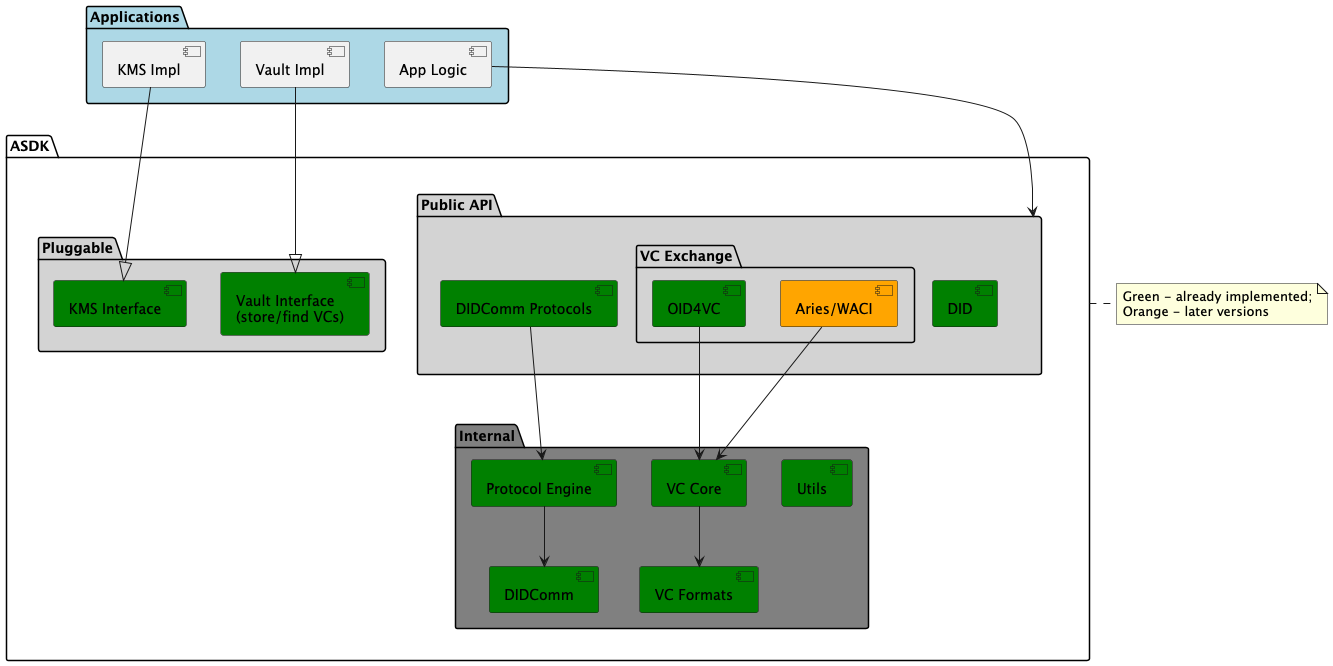
Above: docs/api-tiers.png in equs-ai/equs-credentials-sdk (PlantUML), before the change.
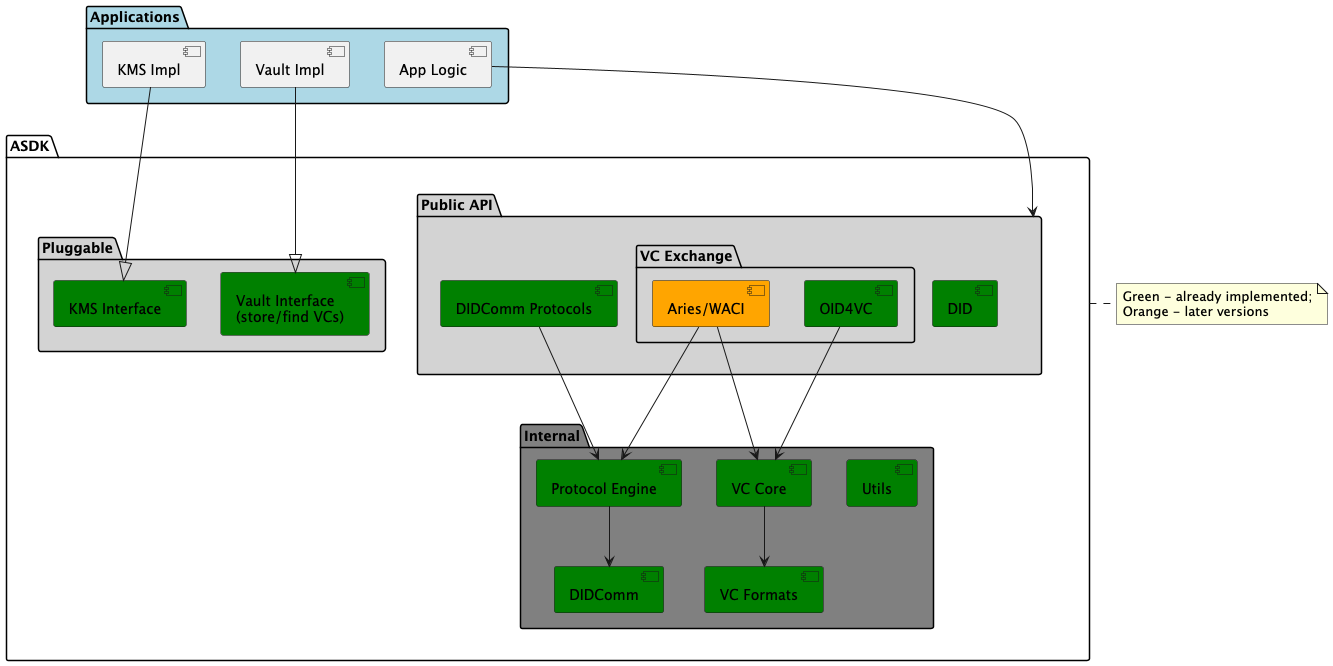
After the change.

What changed in the source:
```diff
@@ -38,6 +38,7 @@
 
 VCOID ---> VCCore
 AriesWACI ---> VCCore
+AriesWACI ---> PE
 DIDCommP ---> PE
 PE --> DIDComm
 
```
